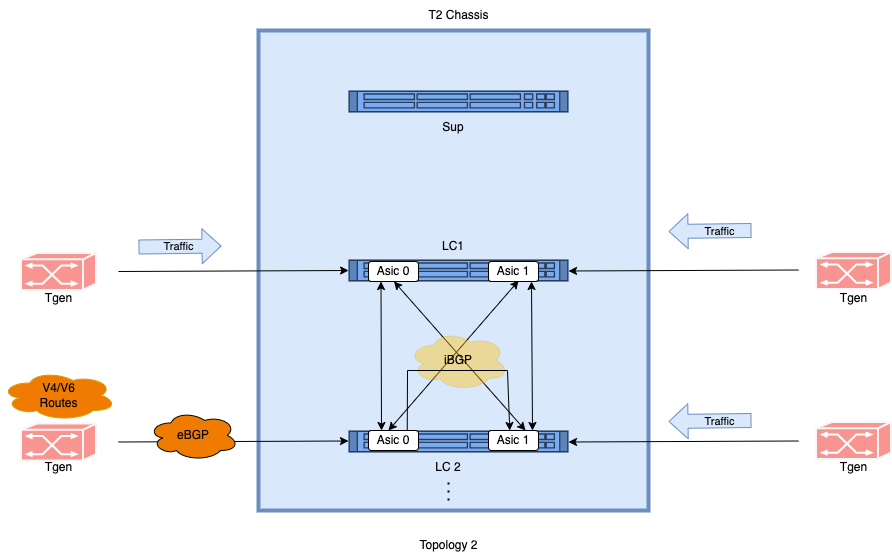
kamalsahu0001/sonic-mgmt keeps this draw.io diagram as docs/testplan/Img/Route_Performance.png. Above is the earlier version. Source tidied: cells renumbered, new cells last; positions are measured from the earlier drawing's top-left corner, leaving out a move shared by most shapes. The source it was exported from:
```xml
<mxGraphModel>
  <root>
    <mxCell id="0" />
    <mxCell id="1" parent="0" />
    <mxCell id="2" style="whiteSpace=wrap;html=1;fillColor=#DAE8FC;strokeColor=#6c8ebf;strokeWidth=4;" parent="1" vertex="1">
      <mxGeometry x="258" y="30" width="390" height="480" as="geometry" />
    </mxCell>
    <mxCell id="3" style="shape=mxgraph.rack.cisco.cisco_catalyst_4948_switch;html=1;labelPosition=right;align=left;spacingLeft=15;dashed=0;shadow=0;fillColor=#78abf2;strokeColor=#6c8ebf;" parent="1" vertex="1">
      <mxGeometry x="348" y="90" width="220" height="22" as="geometry" />
    </mxCell>
    <mxCell id="4" style="shape=mxgraph.rack.cisco.cisco_catalyst_4948_switch;html=1;labelPosition=right;align=left;spacingLeft=15;dashed=0;shadow=0;fillColor=#78abf2;strokeColor=#6c8ebf;fontStyle=1;" parent="1" vertex="1">
      <mxGeometry x="348" y="259" width="220" height="22" as="geometry" />
    </mxCell>
    <mxCell id="5" style="shape=mxgraph.rack.cisco.cisco_catalyst_4948_switch;html=1;labelPosition=right;align=left;spacingLeft=15;dashed=0;shadow=0;fillColor=#78abf2;strokeColor=#6c8ebf;" parent="1" vertex="1">
      <mxGeometry x="348" y="430" width="220" height="22" as="geometry" />
    </mxCell>
    <mxCell id="6" value="Asic 0" style="rounded=1;whiteSpace=wrap;html=1;" parent="1" vertex="1">
      <mxGeometry x="368" y="261" width="50" height="20" as="geometry" />
    </mxCell>
    <mxCell id="7" value="Asic 1" style="rounded=1;whiteSpace=wrap;html=1;" parent="1" vertex="1">
      <mxGeometry x="488" y="261" width="50" height="20" as="geometry" />
    </mxCell>
    <mxCell id="8" value="Asic 1" style="rounded=1;whiteSpace=wrap;html=1;" parent="1" vertex="1">
      <mxGeometry x="488" y="430" width="50" height="20" as="geometry" />
    </mxCell>
    <mxCell id="9" value="Asic 0" style="rounded=1;whiteSpace=wrap;html=1;" parent="1" vertex="1">
      <mxGeometry x="368" y="430" width="50" height="20" as="geometry" />
    </mxCell>
    <mxCell id="10" value="LC1" style="text;html=1;strokeColor=none;fillColor=none;align=center;verticalAlign=middle;whiteSpace=wrap;rounded=0;" parent="1" vertex="1">
      <mxGeometry x="423" y="231" width="60" height="30" as="geometry" />
    </mxCell>
    <mxCell id="11" value="LC 2" style="text;html=1;strokeColor=none;fillColor=none;align=center;verticalAlign=middle;whiteSpace=wrap;rounded=0;" parent="1" vertex="1">
      <mxGeometry x="418" y="452" width="60" height="30" as="geometry" />
    </mxCell>
    <mxCell id="12" style="endArrow=classic;startArrow=classic;html=1;rounded=0;entryX=0.25;entryY=1;entryDx=0;entryDy=0;" parent="1" edge="1" target="6">
      <mxGeometry relative="1" as="geometry">
        <mxPoint x="381" y="430" as="sourcePoint" />
      </mxGeometry>
    </mxCell>
    <mxCell id="13" style="endArrow=classic;startArrow=classic;html=1;rounded=0;entryX=0.25;entryY=1;entryDx=0;entryDy=0;" parent="1" edge="1">
      <mxGeometry relative="1" as="geometry">
        <mxPoint x="532" y="430" as="sourcePoint" />
        <mxPoint x="531" y="281" as="targetPoint" />
      </mxGeometry>
    </mxCell>
    <mxCell id="14" style="endArrow=classic;startArrow=classic;html=1;rounded=0;entryX=0.667;entryY=0.521;entryDx=0;entryDy=0;entryPerimeter=0;" parent="1" edge="1" target="2">
      <mxGeometry relative="1" as="geometry">
        <mxPoint x="388" y="430" as="sourcePoint" />
      </mxGeometry>
    </mxCell>
    <mxCell id="15" style="endArrow=classic;startArrow=classic;html=1;rounded=0;entryX=0.359;entryY=0.521;entryDx=0;entryDy=0;entryPerimeter=0;exitX=0.58;exitY=-0.3;exitDx=0;exitDy=0;exitPerimeter=0;" parent="1" edge="1">
      <mxGeometry relative="1" as="geometry">
        <mxPoint x="525" y="430" as="sourcePoint" />
        <mxPoint x="393.5" y="281" as="targetPoint" />
      </mxGeometry>
    </mxCell>
    <mxCell id="16" value="iBGP" style="ellipse;shape=cloud;whiteSpace=wrap;html=1;fillColor=#ffbf00;opacity=40;strokeColor=#d6b656;" parent="1" vertex="1">
      <mxGeometry x="408" y="330" width="100" height="60" as="geometry" />
    </mxCell>
    <mxCell id="17" value="Sup" style="text;html=1;strokeColor=none;fillColor=none;align=center;verticalAlign=middle;whiteSpace=wrap;rounded=0;" parent="1" vertex="1">
      <mxGeometry x="423" y="112" width="60" height="30" as="geometry" />
    </mxCell>
    <mxCell id="18" style="endArrow=classic;html=1;rounded=0;entryX=0.231;entryY=0.5;entryDx=0;entryDy=0;entryPerimeter=0;" parent="1" edge="1" target="2">
      <mxGeometry relative="1" as="geometry">
        <mxPoint x="118" y="271" as="sourcePoint" />
      </mxGeometry>
    </mxCell>
    <mxCell id="19" style="endArrow=classic;html=1;rounded=0;entryX=0.231;entryY=0.5;entryDx=0;entryDy=0;entryPerimeter=0;" parent="1" edge="1">
      <mxGeometry relative="1" as="geometry">
        <mxPoint x="798" y="269.5" as="sourcePoint" />
        <mxPoint x="568" y="270.5" as="targetPoint" />
      </mxGeometry>
    </mxCell>
    <mxCell id="20" style="endArrow=classic;html=1;rounded=0;entryX=0.231;entryY=0.5;entryDx=0;entryDy=0;entryPerimeter=0;" parent="1" edge="1">
      <mxGeometry relative="1" as="geometry">
        <mxPoint x="798" y="440.5" as="sourcePoint" />
        <mxPoint x="568" y="441.5" as="targetPoint" />
      </mxGeometry>
    </mxCell>
    <mxCell id="21" style="shape=flexArrow;endArrow=classic;html=1;rounded=0;width=14;fillColor=#dae8fc;strokeColor=#6c8ebf;" parent="1" edge="1">
      <mxGeometry relative="1" as="geometry">
        <mxPoint x="138" y="246.5" as="sourcePoint" />
        <mxPoint x="221" y="245.5" as="targetPoint" />
      </mxGeometry>
    </mxCell>
    <mxCell id="22" value="Traffic" style="edgeLabel;html=1;align=center;verticalAlign=middle;labelBackgroundColor=none;" parent="21" vertex="1">
      <mxGeometry x="0.48" y="1" relative="1" as="geometry">
        <mxPoint x="-21" y="1" as="offset" />
      </mxGeometry>
    </mxCell>
    <mxCell id="23" style="shape=flexArrow;endArrow=classic;html=1;rounded=0;width=14;fillColor=#dae8fc;strokeColor=#6c8ebf;" parent="1" edge="1">
      <mxGeometry relative="1" as="geometry">
        <mxPoint x="751" y="230" as="sourcePoint" />
        <mxPoint x="668" y="231" as="targetPoint" />
      </mxGeometry>
    </mxCell>
    <mxCell id="24" value="Traffic" style="edgeLabel;html=1;align=center;verticalAlign=middle;labelBackgroundColor=none;" parent="23" vertex="1">
      <mxGeometry x="0.48" y="1" relative="1" as="geometry">
        <mxPoint x="28" y="-1" as="offset" />
      </mxGeometry>
    </mxCell>
    <mxCell id="25" style="shape=flexArrow;endArrow=classic;html=1;rounded=0;width=14;fillColor=#dae8fc;strokeColor=#6c8ebf;" parent="1" edge="1">
      <mxGeometry relative="1" as="geometry">
        <mxPoint x="751" y="420" as="sourcePoint" />
        <mxPoint x="668" y="421" as="targetPoint" />
      </mxGeometry>
    </mxCell>
    <mxCell id="26" value="Traffic" style="edgeLabel;html=1;align=center;verticalAlign=middle;labelBackgroundColor=none;" parent="25" vertex="1">
      <mxGeometry x="0.48" y="1" relative="1" as="geometry">
        <mxPoint x="28" y="-1" as="offset" />
      </mxGeometry>
    </mxCell>
    <mxCell id="27" style="endArrow=classic;html=1;rounded=0;entryX=0.231;entryY=0.5;entryDx=0;entryDy=0;entryPerimeter=0;" parent="1" edge="1">
      <mxGeometry relative="1" as="geometry">
        <mxPoint x="118" y="441.5" as="sourcePoint" />
        <mxPoint x="348" y="440.5" as="targetPoint" />
      </mxGeometry>
    </mxCell>
    <mxCell id="28" value="Tgen" style="text;html=1;align=center;verticalAlign=middle;strokeColor=none;fillColor=none;" parent="1" vertex="1">
      <mxGeometry x="33" y="283" width="50" height="30" as="geometry" />
    </mxCell>
    <mxCell id="29" value="Tgen" style="text;html=1;align=center;verticalAlign=middle;strokeColor=none;fillColor=none;" parent="1" vertex="1">
      <mxGeometry x="33" y="452" width="50" height="30" as="geometry" />
    </mxCell>
    <mxCell id="30" value="Tgen" style="text;html=1;align=center;verticalAlign=middle;strokeColor=none;fillColor=none;" parent="1" vertex="1">
      <mxGeometry x="828" y="452" width="50" height="30" as="geometry" />
    </mxCell>
    <mxCell id="31" value="Tgen" style="text;html=1;align=center;verticalAlign=middle;strokeColor=none;fillColor=none;" parent="1" vertex="1">
      <mxGeometry x="828" y="283" width="50" height="30" as="geometry" />
    </mxCell>
    <mxCell id="32" style="endArrow=none;dashed=1;html=1;dashPattern=1 3;strokeWidth=2;rounded=0;entryX=0.5;entryY=1;entryDx=0;entryDy=0;" parent="1" edge="1" target="11">
      <mxGeometry relative="1" as="geometry">
        <mxPoint x="448" y="500" as="sourcePoint" />
      </mxGeometry>
    </mxCell>
    <mxCell id="33" value="eBGP" style="ellipse;shape=cloud;whiteSpace=wrap;html=1;fillColor=#ef7c01;strokeColor=default;gradientColor=none;" parent="1" vertex="1">
      <mxGeometry x="148" y="410" width="90" height="50" as="geometry" />
    </mxCell>
    <mxCell id="34" value="T2 Chassis" style="text;html=1;align=center;verticalAlign=middle;strokeColor=none;fillColor=none;" parent="1" vertex="1">
      <mxGeometry x="418" width="80" height="30" as="geometry" />
    </mxCell>
    <mxCell id="35" value="V4/V6&lt;br&gt;Routes" style="ellipse;shape=cloud;whiteSpace=wrap;html=1;fillColor=#EF7C01;strokeColor=#d79b00;" parent="1" vertex="1">
      <mxGeometry x="0.5" y="370" width="115" height="50" as="geometry" />
    </mxCell>
    <mxCell id="36" style="endArrow=classic;html=1;rounded=0;entryX=0.25;entryY=0;entryDx=0;entryDy=0;" parent="1" edge="1">
      <mxGeometry relative="1" as="geometry">
        <mxPoint x="406.8" y="430" as="sourcePoint" />
        <mxPoint x="509.2" y="430" as="targetPoint" />
        <Array as="points">
          <mxPoint x="407" y="370" />
          <mxPoint x="507" y="370" />
        </Array>
      </mxGeometry>
    </mxCell>
    <mxCell id="37" value="Topology 2" style="text;html=1;align=center;verticalAlign=middle;strokeColor=none;fillColor=none;" parent="1" vertex="1">
      <mxGeometry x="408" y="530" width="80" height="30" as="geometry" />
    </mxCell>
    <mxCell id="38" style="shape=mxgraph.cisco.switches.atm_switch;sketch=0;html=1;dashed=0;fillColor=#F99590;strokeColor=#f7f7f7;strokeWidth=2;verticalLabelPosition=bottom;verticalAlign=top;align=center;gradientColor=none;" parent="1" vertex="1">
      <mxGeometry x="20.5" y="252.5" width="75" height="37" as="geometry" />
    </mxCell>
    <mxCell id="39" style="shape=mxgraph.cisco.switches.atm_switch;sketch=0;html=1;dashed=0;fillColor=#F99590;strokeColor=#f7f7f7;strokeWidth=2;verticalLabelPosition=bottom;verticalAlign=top;align=center;gradientColor=none;" parent="1" vertex="1">
      <mxGeometry x="20.5" y="423" width="75" height="37" as="geometry" />
    </mxCell>
    <mxCell id="40" style="shape=mxgraph.cisco.switches.atm_switch;sketch=0;html=1;dashed=0;fillColor=#F99590;strokeColor=#f7f7f7;strokeWidth=2;verticalLabelPosition=bottom;verticalAlign=top;align=center;gradientColor=none;" parent="1" vertex="1">
      <mxGeometry x="815.5" y="251.5" width="75" height="37" as="geometry" />
    </mxCell>
    <mxCell id="41" style="shape=mxgraph.cisco.switches.atm_switch;sketch=0;html=1;dashed=0;fillColor=#F99590;strokeColor=#f7f7f7;strokeWidth=2;verticalLabelPosition=bottom;verticalAlign=top;align=center;gradientColor=none;" parent="1" vertex="1">
      <mxGeometry x="815.5" y="421.5" width="75" height="37" as="geometry" />
    </mxCell>
  </root>
</mxGraphModel>
```
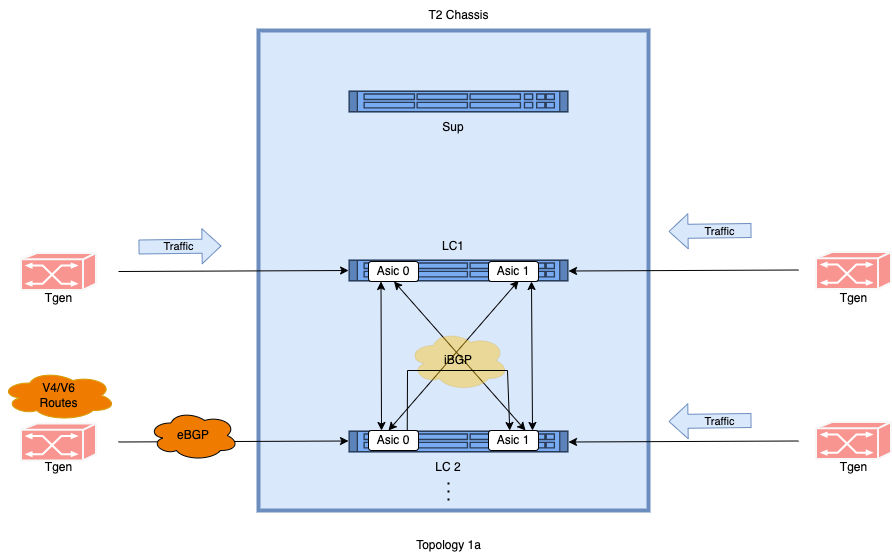
The same diagram one commit later.

Diff of the diagram source:
```diff
@@ -152,8 +152,8 @@
         </Array>
       </mxGeometry>
     </mxCell>
-    <mxCell id="37" value="Topology 2" style="text;html=1;align=center;verticalAlign=middle;strokeColor=none;fillColor=none;" parent="1" vertex="1">
-      <mxGeometry x="408" y="530" width="80" height="30" as="geometry" />
+    <mxCell id="37" value="Topology 1a" style="text;html=1;align=center;verticalAlign=middle;strokeColor=none;fillColor=none;" parent="1" vertex="1">
+      <mxGeometry x="403" y="530" width="90" height="30" as="geometry" />
     </mxCell>
     <mxCell id="38" style="shape=mxgraph.cisco.switches.atm_switch;sketch=0;html=1;dashed=0;fillColor=#F99590;strokeColor=#f7f7f7;strokeWidth=2;verticalLabelPosition=bottom;verticalAlign=top;align=center;gradientColor=none;" parent="1" vertex="1">
       <mxGeometry x="20.5" y="252.5" width="75" height="37" as="geometry" />
```
